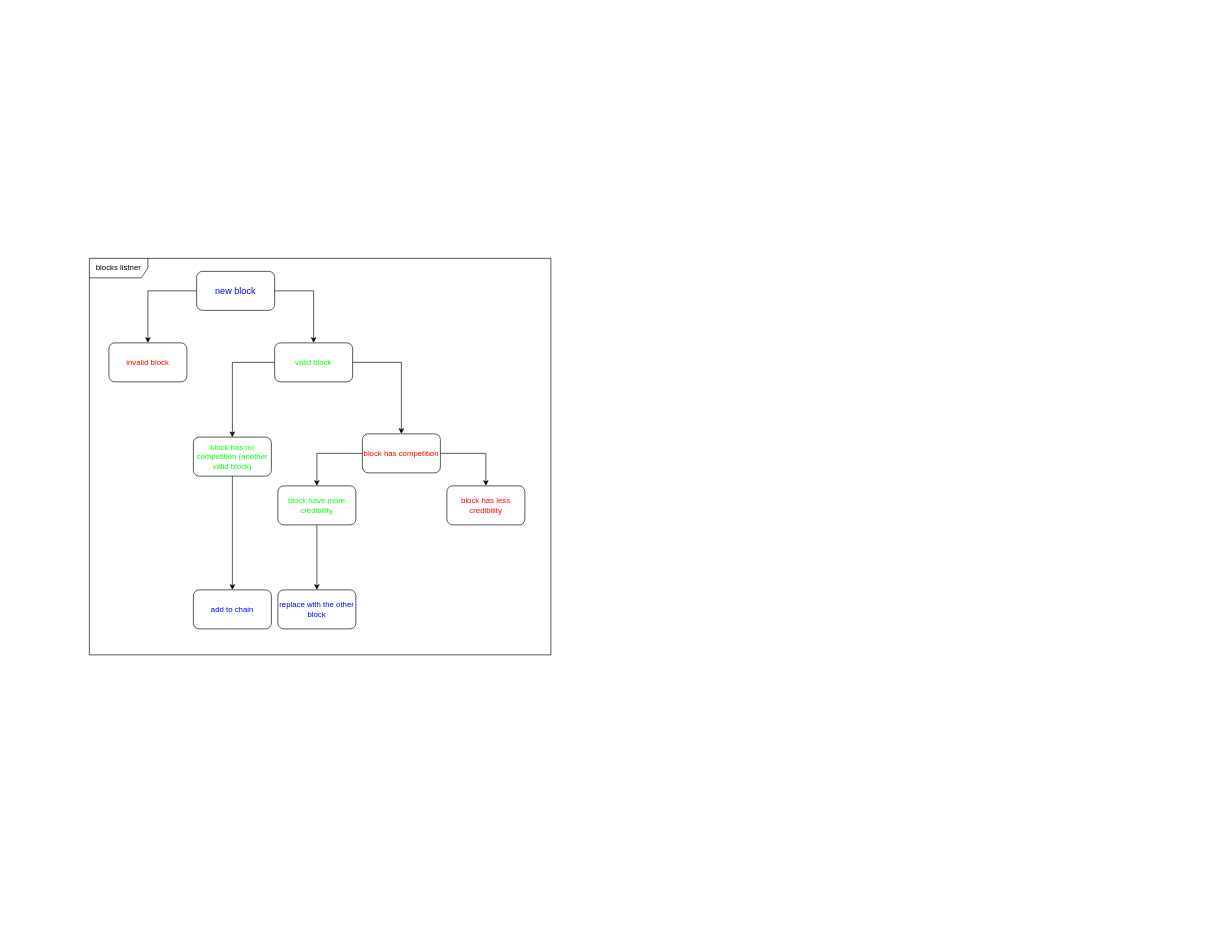
hvuhsg/yoyocoin keeps this draw.io diagram as page "node protocol" (1 of 2) of protocol_flow.drawio. Above is the earlier version. Source tidied: cells renumbered, new cells numbered last; positions are measured from the earlier drawing's top-left corner, leaving out a move shared by most shapes. Both pictures are drawn from the tidied source at 65%, with x=0, y=0 at pixel (89, 258).
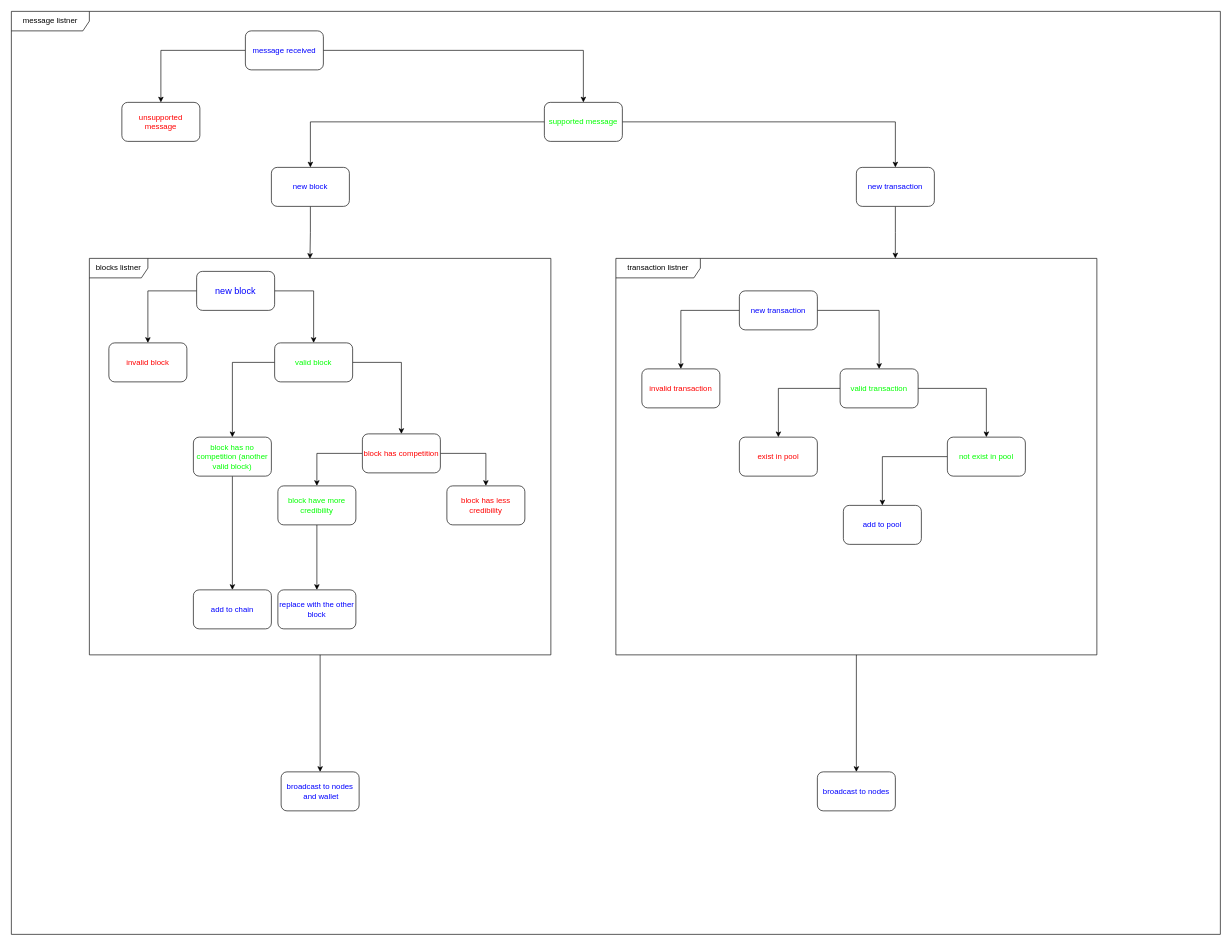
Above is the later version.

The change refers to these unchanged cells:
```xml
<mxCell id="2" value="&lt;div&gt;blocks listner&lt;/div&gt;" style="shape=umlFrame;whiteSpace=wrap;html=1;width=90;height=30;" parent="1" vertex="1">
  <mxGeometry width="710" height="610" as="geometry" />
</mxCell>
```

Change to the diagram source:
```diff
@@
+    <mxCell id="20" value="message listner" style="shape=umlFrame;whiteSpace=wrap;html=1;width=120;height=30;" parent="1" vertex="1">
+      <mxGeometry x="-120" y="-380" width="1860" height="1420" as="geometry" />
+    </mxCell>
+    <mxCell id="21" style="edgeStyle=orthogonalEdgeStyle;rounded=0;jettySize=auto;html=1;entryX=0.5;entryY=0;entryDx=0;entryDy=0;" parent="1" edge="1" source="22" target="47">
+      <mxGeometry relative="1" as="geometry" />
+    </mxCell>
+    <mxCell id="22" value="transaction listner" style="shape=umlFrame;whiteSpace=wrap;html=1;width=130;height=30;" parent="1" vertex="1">
+      <mxGeometry x="810" width="740" height="610" as="geometry" />
+    </mxCell>
+    <mxCell id="23" style="edgeStyle=orthogonalEdgeStyle;rounded=0;jettySize=auto;html=1;entryX=0.5;entryY=0;entryDx=0;entryDy=0;" parent="1" edge="1" source="2" target="46">
+      <mxGeometry relative="1" as="geometry" />
+    </mxCell>
@@
+    <mxCell id="24" style="edgeStyle=orthogonalEdgeStyle;rounded=0;jettySize=auto;html=1;" parent="1" edge="1" source="26" target="27">
+      <mxGeometry relative="1" as="geometry" />
+    </mxCell>
+    <mxCell id="25" style="edgeStyle=orthogonalEdgeStyle;rounded=0;jettySize=auto;html=1;" parent="1" edge="1" source="26" target="30">
+      <mxGeometry relative="1" as="geometry" />
+    </mxCell>
+    <mxCell id="26" value="&lt;font color=&quot;#0000FF&quot;&gt;new transaction&lt;br&gt;&lt;/font&gt;" style="rounded=1;whiteSpace=wrap;html=1;" parent="1" vertex="1">
+      <mxGeometry x="1000" y="50" width="120" height="60" as="geometry" />
+    </mxCell>
+    <mxCell id="27" value="&lt;font color=&quot;#FF0000&quot;&gt;invalid transaction&lt;br&gt;&lt;/font&gt;" style="whiteSpace=wrap;html=1;rounded=1;" parent="1" vertex="1">
+      <mxGeometry x="850" y="170" width="120" height="60" as="geometry" />
+    </mxCell>
+    <mxCell id="28" style="edgeStyle=orthogonalEdgeStyle;rounded=0;jettySize=auto;html=1;" parent="1" edge="1" source="30" target="31">
+      <mxGeometry relative="1" as="geometry" />
+    </mxCell>
+    <mxCell id="29" style="edgeStyle=orthogonalEdgeStyle;rounded=0;jettySize=auto;html=1;" parent="1" edge="1" source="30" target="33">
+      <mxGeometry relative="1" as="geometry" />
+    </mxCell>
+    <mxCell id="30" value="&lt;font color=&quot;#00FF00&quot;&gt;valid transaction&lt;br&gt;&lt;/font&gt;" style="whiteSpace=wrap;html=1;rounded=1;" parent="1" vertex="1">
+      <mxGeometry x="1155" y="170" width="120" height="60" as="geometry" />
+    </mxCell>
+    <mxCell id="31" value="&lt;font color=&quot;#FF0000&quot;&gt;exist in pool&lt;/font&gt;" style="whiteSpace=wrap;html=1;rounded=1;" parent="1" vertex="1">
+      <mxGeometry x="1000" y="275" width="120" height="60" as="geometry" />
+    </mxCell>
+    <mxCell id="32" style="edgeStyle=orthogonalEdgeStyle;rounded=0;jettySize=auto;html=1;" parent="1" edge="1" source="33" target="34">
+      <mxGeometry relative="1" as="geometry" />
+    </mxCell>
+    <mxCell id="33" value="&lt;div&gt;&lt;font color=&quot;#00FF00&quot;&gt;not exist in pool&lt;/font&gt;&lt;/div&gt;" style="whiteSpace=wrap;html=1;rounded=1;" parent="1" vertex="1">
+      <mxGeometry x="1320" y="275" width="120" height="60" as="geometry" />
+    </mxCell>
+    <mxCell id="34" value="&lt;font color=&quot;#0000FF&quot;&gt;add to pool&lt;br&gt;&lt;/font&gt;" style="whiteSpace=wrap;html=1;rounded=1;" parent="1" vertex="1">
+      <mxGeometry x="1160" y="380" width="120" height="60" as="geometry" />
+    </mxCell>
+    <mxCell id="35" style="edgeStyle=orthogonalEdgeStyle;rounded=0;jettySize=auto;html=1;" parent="1" edge="1" source="37" target="38">
+      <mxGeometry relative="1" as="geometry" />
+    </mxCell>
+    <mxCell id="36" style="edgeStyle=orthogonalEdgeStyle;rounded=0;jettySize=auto;html=1;" parent="1" edge="1" source="37" target="41">
+      <mxGeometry relative="1" as="geometry" />
+    </mxCell>
+    <mxCell id="37" value="&lt;font color=&quot;#0000FF&quot;&gt;message received&lt;br&gt;&lt;/font&gt;" style="rounded=1;whiteSpace=wrap;html=1;" parent="1" vertex="1">
+      <mxGeometry x="240" y="-350" width="120" height="60" as="geometry" />
+    </mxCell>
+    <mxCell id="38" value="&lt;font color=&quot;#FF0000&quot;&gt;unsupported message&lt;br&gt;&lt;/font&gt;" style="whiteSpace=wrap;html=1;rounded=1;" parent="1" vertex="1">
+      <mxGeometry x="50" y="-240" width="120" height="60" as="geometry" />
+    </mxCell>
+    <mxCell id="39" style="edgeStyle=orthogonalEdgeStyle;rounded=0;jettySize=auto;html=1;" parent="1" edge="1" source="41" target="43">
+      <mxGeometry relative="1" as="geometry" />
+    </mxCell>
+    <mxCell id="40" style="edgeStyle=orthogonalEdgeStyle;rounded=0;jettySize=auto;html=1;" parent="1" edge="1" source="41" target="45">
+      <mxGeometry relative="1" as="geometry" />
+    </mxCell>
+    <mxCell id="41" value="&lt;font color=&quot;#00FF00&quot;&gt;supported message&lt;br&gt;&lt;/font&gt;" style="whiteSpace=wrap;html=1;rounded=1;" parent="1" vertex="1">
+      <mxGeometry x="700" y="-240" width="120" height="60" as="geometry" />
+    </mxCell>
+    <mxCell id="42" style="edgeStyle=orthogonalEdgeStyle;rounded=0;jettySize=auto;html=1;entryX=0.478;entryY=0.001;entryDx=0;entryDy=0;entryPerimeter=0;" parent="1" edge="1" source="43" target="2">
+      <mxGeometry relative="1" as="geometry" />
+    </mxCell>
+    <mxCell id="43" value="&lt;font color=&quot;#0000FF&quot;&gt;new block&lt;br&gt;&lt;/font&gt;" style="whiteSpace=wrap;html=1;rounded=1;" parent="1" vertex="1">
+      <mxGeometry x="280" y="-140" width="120" height="60" as="geometry" />
+    </mxCell>
+    <mxCell id="44" style="edgeStyle=orthogonalEdgeStyle;rounded=0;jettySize=auto;html=1;entryX=0.581;entryY=0;entryDx=0;entryDy=0;entryPerimeter=0;" parent="1" edge="1" source="45" target="22">
+      <mxGeometry relative="1" as="geometry" />
+    </mxCell>
+    <mxCell id="45" value="&lt;font color=&quot;#0000FF&quot;&gt;new transaction&lt;/font&gt;" style="whiteSpace=wrap;html=1;rounded=1;" parent="1" vertex="1">
+      <mxGeometry x="1180" y="-140" width="120" height="60" as="geometry" />
+    </mxCell>
+    <mxCell id="46" value="&lt;font color=&quot;#0000FF&quot;&gt;broadcast to nodes&lt;br&gt;&amp;nbsp;and wallet&lt;/font&gt;" style="rounded=1;whiteSpace=wrap;html=1;" parent="1" vertex="1">
+      <mxGeometry x="295" y="790" width="120" height="60" as="geometry" />
+    </mxCell>
+    <mxCell id="47" value="&lt;div&gt;&lt;font color=&quot;#0000FF&quot;&gt;broadcast to nodes&lt;/font&gt;&lt;/div&gt;" style="rounded=1;whiteSpace=wrap;html=1;" parent="1" vertex="1">
+      <mxGeometry x="1120" y="790" width="120" height="60" as="geometry" />
+    </mxCell>
```
